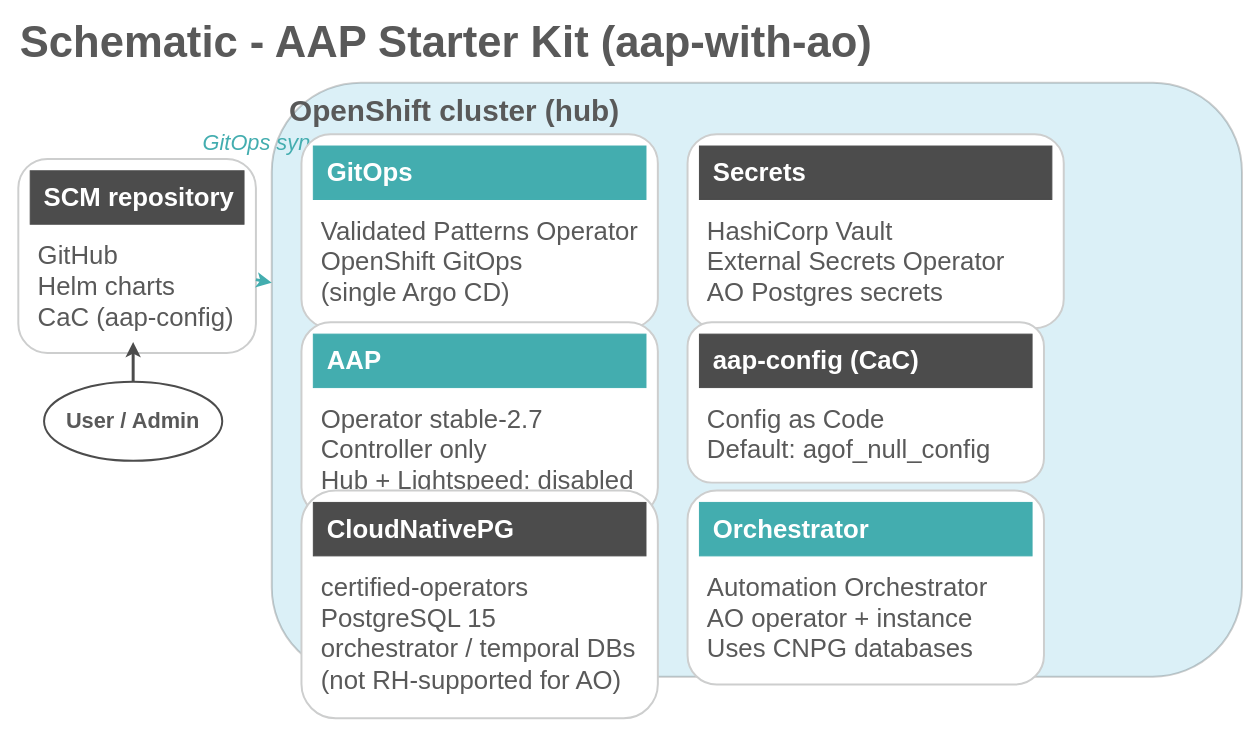
Above: static/images/aap-starter-kit/aap-architecture-aap-with-ao.drawio in validatedpatterns/docs (draw.io), before the change. Source tidied: cells renumbered, new cells numbered last; positions are measured from the earlier drawing's top-left corner, leaving out a move shared by most shapes. Both pictures are drawn from the tidied source at 99%, with x=0, y=0 at pixel (18, 21).
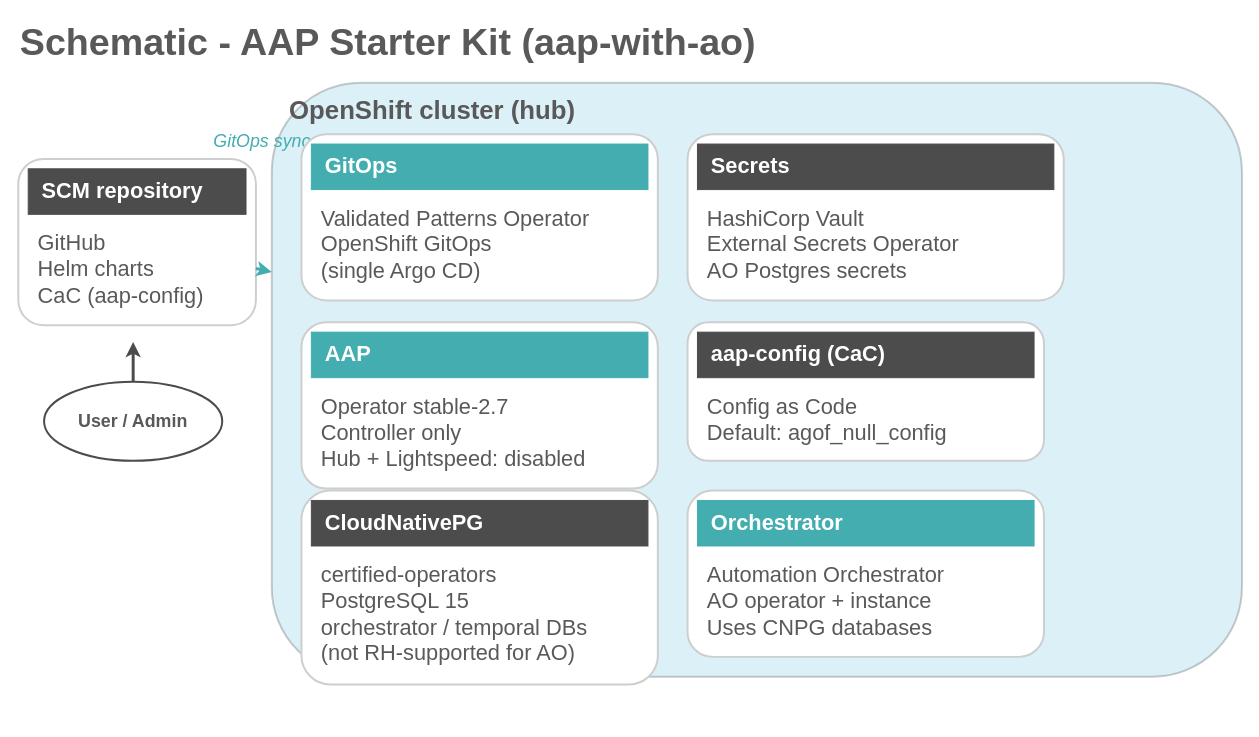
The same page after the edit.

Commit message (it also covers changes not shown here):
Regenerate architecture diagrams

Diff of the diagram source:
```diff
@@
-    <mxCell id="2" value="&lt;b&gt;Schematic - AAP Starter Kit (aap-with-ao)&lt;/b&gt;" style="text;html=1;strokeColor=none;fillColor=none;align=left;verticalAlign=middle;fontFamily=Red Hat Text;fontSize=44;fontColor=#595959;fontStyle=1;" parent="1" vertex="1">
+    <mxCell id="2" value="&lt;b&gt;Schematic - AAP Starter Kit (aap-with-ao)&lt;/b&gt;" style="text;html=1;strokeColor=none;fillColor=none;align=left;verticalAlign=middle;fontFamily=Red Hat Text;fontSize=38;fontColor=#595959;fontStyle=1;" parent="1" vertex="1">
       <mxGeometry width="1200" height="44" as="geometry" />
     </mxCell>
@@
-    <mxCell id="4" value="&lt;b&gt;OpenShift cluster (hub)&lt;/b&gt;" style="text;html=1;strokeColor=none;fillColor=none;align=left;verticalAlign=middle;fontFamily=Red Hat Text;fontSize=30;fontColor=#595959;fontStyle=1;" parent="1" vertex="1">
+    <mxCell id="4" value="&lt;b&gt;OpenShift cluster (hub)&lt;/b&gt;" style="text;html=1;strokeColor=none;fillColor=none;align=left;verticalAlign=middle;fontFamily=Red Hat Text;fontSize=26;fontColor=#595959;fontStyle=1;" parent="1" vertex="1">
       <mxGeometry x="272" y="72" width="480" height="36" as="geometry" />
     </mxCell>
     <mxCell id="5" style="rounded=1;whiteSpace=wrap;html=1;fillColor=#FFFFFF;strokeColor=#CDCECE;strokeWidth=2;shadow=0;" parent="1" vertex="1">
-      <mxGeometry y="139" width="240" height="196" as="geometry" />
+      <mxGeometry y="139" width="240" height="168" as="geometry" />
     </mxCell>
-    <mxCell id="6" value="&lt;b&gt;SCM repository&lt;/b&gt;" style="rounded=0;whiteSpace=wrap;html=1;fillColor=#4C4C4C;strokeColor=#4C4C4C;fontColor=#FFFFFF;fontFamily=Red Hat Text;fontSize=26;align=left;spacingLeft=12;verticalAlign=middle;fontStyle=1;" parent="1" vertex="1">
-      <mxGeometry x="12" y="151" width="216" height="54" as="geometry" />
+    <mxCell id="6" value="&lt;b&gt;SCM repository&lt;/b&gt;" style="rounded=0;whiteSpace=wrap;html=1;fillColor=#4C4C4C;strokeColor=#4C4C4C;fontColor=#FFFFFF;fontFamily=Red Hat Text;fontSize=22;align=left;spacingLeft=12;verticalAlign=middle;fontStyle=1;" parent="1" vertex="1">
+      <mxGeometry x="10" y="149" width="220" height="46" as="geometry" />
     </mxCell>
-    <mxCell id="7" value="GitHub&#10;Helm charts&#10;CaC (aap-config)" style="text;html=1;strokeColor=none;fillColor=none;align=left;verticalAlign=top;whiteSpace=wrap;rounded=0;fontFamily=Red Hat Text;fontSize=26;fontColor=#595959;spacingLeft=4;spacingTop=2;" parent="1" vertex="1">
-      <mxGeometry x="14" y="213" width="212" height="114" as="geometry" />
+    <mxCell id="7" value="GitHub&#10;Helm charts&#10;CaC (aap-config)" style="text;html=1;strokeColor=none;fillColor=none;align=left;verticalAlign=top;whiteSpace=wrap;rounded=0;fontFamily=Red Hat Text;fontSize=22;fontColor=#595959;spacingLeft=4;spacingTop=2;" parent="1" vertex="1">
+      <mxGeometry x="14" y="203" width="212" height="96" as="geometry" />
     </mxCell>
-    <mxCell id="8" value="User / Admin" style="shape=ellipse;whiteSpace=wrap;html=1;fillColor=#FFFFFF;strokeColor=#4C4C4C;strokeWidth=2;fontFamily=Red Hat Text;fontSize=22;fontColor=#595959;fontStyle=1;" parent="1" vertex="1">
+    <mxCell id="8" value="User / Admin" style="shape=ellipse;whiteSpace=wrap;html=1;fillColor=#FFFFFF;strokeColor=#4C4C4C;strokeWidth=2;fontFamily=Red Hat Text;fontSize=18;fontColor=#595959;fontStyle=1;" parent="1" vertex="1">
       <mxGeometry x="26" y="364" width="180" height="80" as="geometry" />
     </mxCell>
@@
-    <mxCell id="11" value="GitOps sync" style="text;html=1;strokeColor=none;fillColor=none;align=center;fontFamily=Red Hat Text;fontSize=22;fontColor=#43ADAF;fontStyle=2;" parent="1" vertex="1">
+    <mxCell id="11" value="GitOps sync" style="text;html=1;strokeColor=none;fillColor=none;align=center;fontFamily=Red Hat Text;fontSize=18;fontColor=#43ADAF;fontStyle=2;" parent="1" vertex="1">
       <mxGeometry x="176" y="104" width="140" height="30" as="geometry" />
     </mxCell>
     <mxCell id="12" style="rounded=1;whiteSpace=wrap;html=1;fillColor=#FFFFFF;strokeColor=#CDCECE;strokeWidth=2;shadow=0;" parent="1" vertex="1">
-      <mxGeometry x="286" y="114" width="360" height="196" as="geometry" />
+      <mxGeometry x="286" y="114" width="360" height="168" as="geometry" />
     </mxCell>
-    <mxCell id="13" value="&lt;b&gt;GitOps&lt;/b&gt;" style="rounded=0;whiteSpace=wrap;html=1;fillColor=#43ADAF;strokeColor=#43ADAF;fontColor=#FFFFFF;fontFamily=Red Hat Text;fontSize=26;align=left;spacingLeft=12;verticalAlign=middle;fontStyle=1;" parent="1" vertex="1">
-      <mxGeometry x="298" y="126" width="336" height="54" as="geometry" />
+    <mxCell id="13" value="&lt;b&gt;GitOps&lt;/b&gt;" style="rounded=0;whiteSpace=wrap;html=1;fillColor=#43ADAF;strokeColor=#43ADAF;fontColor=#FFFFFF;fontFamily=Red Hat Text;fontSize=22;align=left;spacingLeft=12;verticalAlign=middle;fontStyle=1;" parent="1" vertex="1">
+      <mxGeometry x="296" y="124" width="340" height="46" as="geometry" />
     </mxCell>
-    <mxCell id="14" value="Validated Patterns Operator&#10;OpenShift GitOps&#10;(single Argo CD)" style="text;html=1;strokeColor=none;fillColor=none;align=left;verticalAlign=top;whiteSpace=wrap;rounded=0;fontFamily=Red Hat Text;fontSize=26;fontColor=#595959;spacingLeft=4;spacingTop=2;" parent="1" vertex="1">
-      <mxGeometry x="300" y="188" width="332" height="114" as="geometry" />
+    <mxCell id="14" value="Validated Patterns Operator&#10;OpenShift GitOps&#10;(single Argo CD)" style="text;html=1;strokeColor=none;fillColor=none;align=left;verticalAlign=top;whiteSpace=wrap;rounded=0;fontFamily=Red Hat Text;fontSize=22;fontColor=#595959;spacingLeft=4;spacingTop=2;" parent="1" vertex="1">
+      <mxGeometry x="300" y="178" width="332" height="96" as="geometry" />
     </mxCell>
     <mxCell id="15" style="rounded=1;whiteSpace=wrap;html=1;fillColor=#FFFFFF;strokeColor=#CDCECE;strokeWidth=2;shadow=0;" parent="1" vertex="1">
-      <mxGeometry x="676" y="114" width="380" height="196" as="geometry" />
+      <mxGeometry x="676" y="114" width="380" height="168" as="geometry" />
     </mxCell>
-    <mxCell id="16" value="&lt;b&gt;Secrets&lt;/b&gt;" style="rounded=0;whiteSpace=wrap;html=1;fillColor=#4C4C4C;strokeColor=#4C4C4C;fontColor=#FFFFFF;fontFamily=Red Hat Text;fontSize=26;align=left;spacingLeft=12;verticalAlign=middle;fontStyle=1;" parent="1" vertex="1">
-      <mxGeometry x="688" y="126" width="356" height="54" as="geometry" />
+    <mxCell id="16" value="&lt;b&gt;Secrets&lt;/b&gt;" style="rounded=0;whiteSpace=wrap;html=1;fillColor=#4C4C4C;strokeColor=#4C4C4C;fontColor=#FFFFFF;fontFamily=Red Hat Text;fontSize=22;align=left;spacingLeft=12;verticalAlign=middle;fontStyle=1;" parent="1" vertex="1">
+      <mxGeometry x="686" y="124" width="360" height="46" as="geometry" />
     </mxCell>
-    <mxCell id="17" value="HashiCorp Vault&#10;External Secrets Operator&#10;AO Postgres secrets" style="text;html=1;strokeColor=none;fillColor=none;align=left;verticalAlign=top;whiteSpace=wrap;rounded=0;fontFamily=Red Hat Text;fontSize=26;fontColor=#595959;spacingLeft=4;spacingTop=2;" parent="1" vertex="1">
-      <mxGeometry x="690" y="188" width="352" height="114" as="geometry" />
+    <mxCell id="17" value="HashiCorp Vault&#10;External Secrets Operator&#10;AO Postgres secrets" style="text;html=1;strokeColor=none;fillColor=none;align=left;verticalAlign=top;whiteSpace=wrap;rounded=0;fontFamily=Red Hat Text;fontSize=22;fontColor=#595959;spacingLeft=4;spacingTop=2;" parent="1" vertex="1">
+      <mxGeometry x="690" y="178" width="352" height="96" as="geometry" />
     </mxCell>
     <mxCell id="18" style="rounded=1;whiteSpace=wrap;html=1;fillColor=#FFFFFF;strokeColor=#CDCECE;strokeWidth=2;shadow=0;" parent="1" vertex="1">
-      <mxGeometry x="286" y="304" width="360" height="196" as="geometry" />
+      <mxGeometry x="286" y="304" width="360" height="168" as="geometry" />
     </mxCell>
-    <mxCell id="19" value="&lt;b&gt;AAP&lt;/b&gt;" style="rounded=0;whiteSpace=wrap;html=1;fillColor=#43ADAF;strokeColor=#43ADAF;fontColor=#FFFFFF;fontFamily=Red Hat Text;fontSize=26;align=left;spacingLeft=12;verticalAlign=middle;fontStyle=1;" parent="1" vertex="1">
-      <mxGeometry x="298" y="316" width="336" height="54" as="geometry" />
+    <mxCell id="19" value="&lt;b&gt;AAP&lt;/b&gt;" style="rounded=0;whiteSpace=wrap;html=1;fillColor=#43ADAF;strokeColor=#43ADAF;fontColor=#FFFFFF;fontFamily=Red Hat Text;fontSize=22;align=left;spacingLeft=12;verticalAlign=middle;fontStyle=1;" parent="1" vertex="1">
+      <mxGeometry x="296" y="314" width="340" height="46" as="geometry" />
     </mxCell>
-    <mxCell id="20" value="Operator stable-2.7&#10;Controller only&#10;Hub + Lightspeed: disabled" style="text;html=1;strokeColor=none;fillColor=none;align=left;verticalAlign=top;whiteSpace=wrap;rounded=0;fontFamily=Red Hat Text;fontSize=26;fontColor=#595959;spacingLeft=4;spacingTop=2;" parent="1" vertex="1">
-      <mxGeometry x="300" y="378" width="332" height="114" as="geometry" />
+    <mxCell id="20" value="Operator stable-2.7&#10;Controller only&#10;Hub + Lightspeed: disabled" style="text;html=1;strokeColor=none;fillColor=none;align=left;verticalAlign=top;whiteSpace=wrap;rounded=0;fontFamily=Red Hat Text;fontSize=22;fontColor=#595959;spacingLeft=4;spacingTop=2;" parent="1" vertex="1">
+      <mxGeometry x="300" y="368" width="332" height="96" as="geometry" />
     </mxCell>
     <mxCell id="21" style="rounded=1;whiteSpace=wrap;html=1;fillColor=#FFFFFF;strokeColor=#CDCECE;strokeWidth=2;shadow=0;" parent="1" vertex="1">
-      <mxGeometry x="676" y="304" width="360" height="162" as="geometry" />
+      <mxGeometry x="676" y="304" width="360" height="140" as="geometry" />
     </mxCell>
-    <mxCell id="22" value="&lt;b&gt;aap-config (CaC)&lt;/b&gt;" style="rounded=0;whiteSpace=wrap;html=1;fillColor=#4C4C4C;strokeColor=#4C4C4C;fontColor=#FFFFFF;fontFamily=Red Hat Text;fontSize=26;align=left;spacingLeft=12;verticalAlign=middle;fontStyle=1;" parent="1" vertex="1">
-      <mxGeometry x="688" y="316" width="336" height="54" as="geometry" />
+    <mxCell id="22" value="&lt;b&gt;aap-config (CaC)&lt;/b&gt;" style="rounded=0;whiteSpace=wrap;html=1;fillColor=#4C4C4C;strokeColor=#4C4C4C;fontColor=#FFFFFF;fontFamily=Red Hat Text;fontSize=22;align=left;spacingLeft=12;verticalAlign=middle;fontStyle=1;" parent="1" vertex="1">
+      <mxGeometry x="686" y="314" width="340" height="46" as="geometry" />
     </mxCell>
-    <mxCell id="23" value="Config as Code&#10;Default: agof_null_config" style="text;html=1;strokeColor=none;fillColor=none;align=left;verticalAlign=top;whiteSpace=wrap;rounded=0;fontFamily=Red Hat Text;fontSize=26;fontColor=#595959;spacingLeft=4;spacingTop=2;" parent="1" vertex="1">
-      <mxGeometry x="690" y="378" width="332" height="80" as="geometry" />
+    <mxCell id="23" value="Config as Code&#10;Default: agof_null_config" style="text;html=1;strokeColor=none;fillColor=none;align=left;verticalAlign=top;whiteSpace=wrap;rounded=0;fontFamily=Red Hat Text;fontSize=22;fontColor=#595959;spacingLeft=4;spacingTop=2;" parent="1" vertex="1">
+      <mxGeometry x="690" y="368" width="332" height="68" as="geometry" />
     </mxCell>
     <mxCell id="24" style="rounded=1;whiteSpace=wrap;html=1;fillColor=#FFFFFF;strokeColor=#CDCECE;strokeWidth=2;shadow=0;" parent="1" vertex="1">
-      <mxGeometry x="286" y="474" width="360" height="230" as="geometry" />
+      <mxGeometry x="286" y="474" width="360" height="196" as="geometry" />
     </mxCell>
-    <mxCell id="25" value="&lt;b&gt;CloudNativePG&lt;/b&gt;" style="rounded=0;whiteSpace=wrap;html=1;fillColor=#4C4C4C;strokeColor=#4C4C4C;fontColor=#FFFFFF;fontFamily=Red Hat Text;fontSize=26;align=left;spacingLeft=12;verticalAlign=middle;fontStyle=1;" parent="1" vertex="1">
-      <mxGeometry x="298" y="486" width="336" height="54" as="geometry" />
+    <mxCell id="25" value="&lt;b&gt;CloudNativePG&lt;/b&gt;" style="rounded=0;whiteSpace=wrap;html=1;fillColor=#4C4C4C;strokeColor=#4C4C4C;fontColor=#FFFFFF;fontFamily=Red Hat Text;fontSize=22;align=left;spacingLeft=12;verticalAlign=middle;fontStyle=1;" parent="1" vertex="1">
+      <mxGeometry x="296" y="484" width="340" height="46" as="geometry" />
     </mxCell>
-    <mxCell id="26" value="certified-operators&#10;PostgreSQL 15&#10;orchestrator / temporal DBs&#10;(not RH-supported for AO)" style="text;html=1;strokeColor=none;fillColor=none;align=left;verticalAlign=top;whiteSpace=wrap;rounded=0;fontFamily=Red Hat Text;fontSize=26;fontColor=#595959;spacingLeft=4;spacingTop=2;" parent="1" vertex="1">
-      <mxGeometry x="300" y="548" width="332" height="148" as="geometry" />
+    <mxCell id="26" value="certified-operators&#10;PostgreSQL 15&#10;orchestrator / temporal DBs&#10;(not RH-supported for AO)" style="text;html=1;strokeColor=none;fillColor=none;align=left;verticalAlign=top;whiteSpace=wrap;rounded=0;fontFamily=Red Hat Text;fontSize=22;fontColor=#595959;spacingLeft=4;spacingTop=2;" parent="1" vertex="1">
+      <mxGeometry x="300" y="538" width="332" height="124" as="geometry" />
     </mxCell>
     <mxCell id="27" style="rounded=1;whiteSpace=wrap;html=1;fillColor=#FFFFFF;strokeColor=#CDCECE;strokeWidth=2;shadow=0;" parent="1" vertex="1">
-      <mxGeometry x="676" y="474" width="360" height="196" as="geometry" />
+      <mxGeometry x="676" y="474" width="360" height="168" as="geometry" />
     </mxCell>
-    <mxCell id="28" value="&lt;b&gt;Orchestrator&lt;/b&gt;" style="rounded=0;whiteSpace=wrap;html=1;fillColor=#43ADAF;strokeColor=#43ADAF;fontColor=#FFFFFF;fontFamily=Red Hat Text;fontSize=26;align=left;spacingLeft=12;verticalAlign=middle;fontStyle=1;" parent="1" vertex="1">
-      <mxGeometry x="688" y="486" width="336" height="54" as="geometry" />
+    <mxCell id="28" value="&lt;b&gt;Orchestrator&lt;/b&gt;" style="rounded=0;whiteSpace=wrap;html=1;fillColor=#43ADAF;strokeColor=#43ADAF;fontColor=#FFFFFF;fontFamily=Red Hat Text;fontSize=22;align=left;spacingLeft=12;verticalAlign=middle;fontStyle=1;" parent="1" vertex="1">
+      <mxGeometry x="686" y="484" width="340" height="46" as="geometry" />
     </mxCell>
-    <mxCell id="29" value="Automation Orchestrator&#10;AO operator + instance&#10;Uses CNPG databases" style="text;html=1;strokeColor=none;fillColor=none;align=left;verticalAlign=top;whiteSpace=wrap;rounded=0;fontFamily=Red Hat Text;fontSize=26;fontColor=#595959;spacingLeft=4;spacingTop=2;" parent="1" vertex="1">
-      <mxGeometry x="690" y="548" width="332" height="114" as="geometry" />
+    <mxCell id="29" value="Automation Orchestrator&#10;AO operator + instance&#10;Uses CNPG databases" style="text;html=1;strokeColor=none;fillColor=none;align=left;verticalAlign=top;whiteSpace=wrap;rounded=0;fontFamily=Red Hat Text;fontSize=22;fontColor=#595959;spacingLeft=4;spacingTop=2;" parent="1" vertex="1">
+      <mxGeometry x="690" y="538" width="332" height="96" as="geometry" />
     </mxCell>
```
